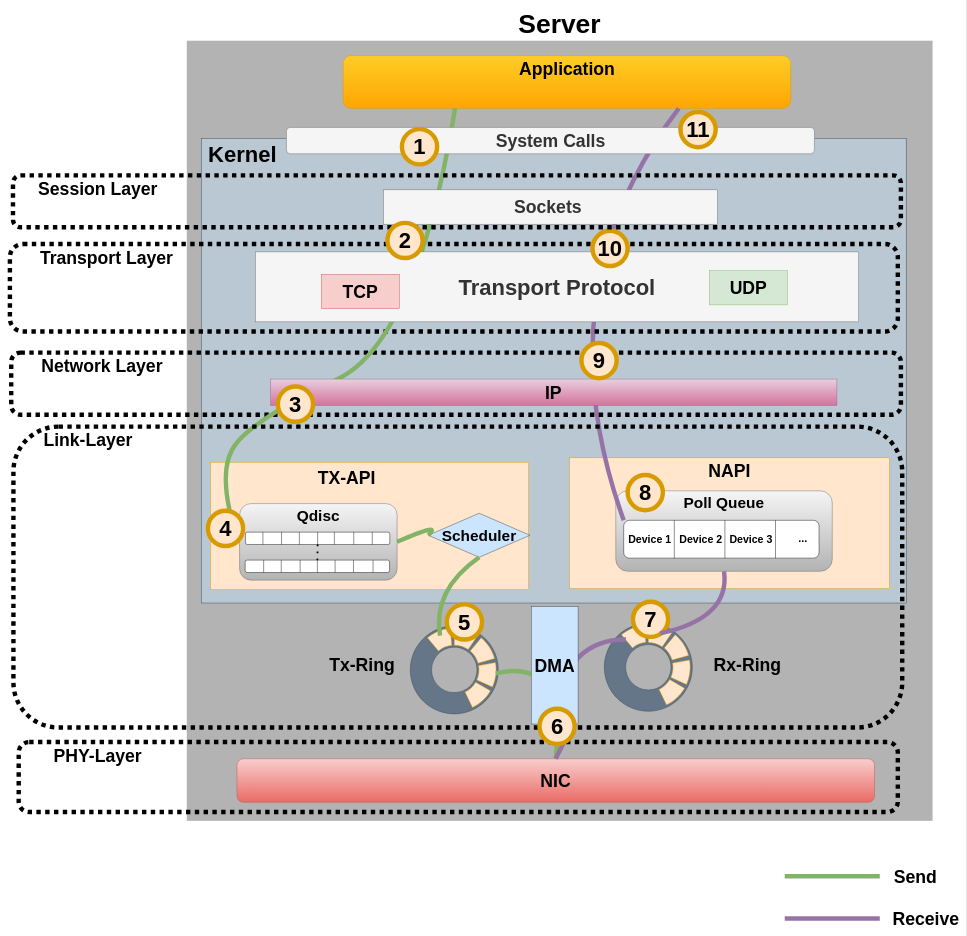
studhascja/Masterthesis keeps this draw.io diagram as thesis/drawio/network_stack.drawio. Above is the earlier version. Source tidied: cells renumbered, new cells numbered last; positions are measured from the earlier drawing's top-left corner, leaving out a move shared by most shapes. Both pictures are drawn from the tidied source at 44%, with x=0, y=0 at pixel (10, 40).
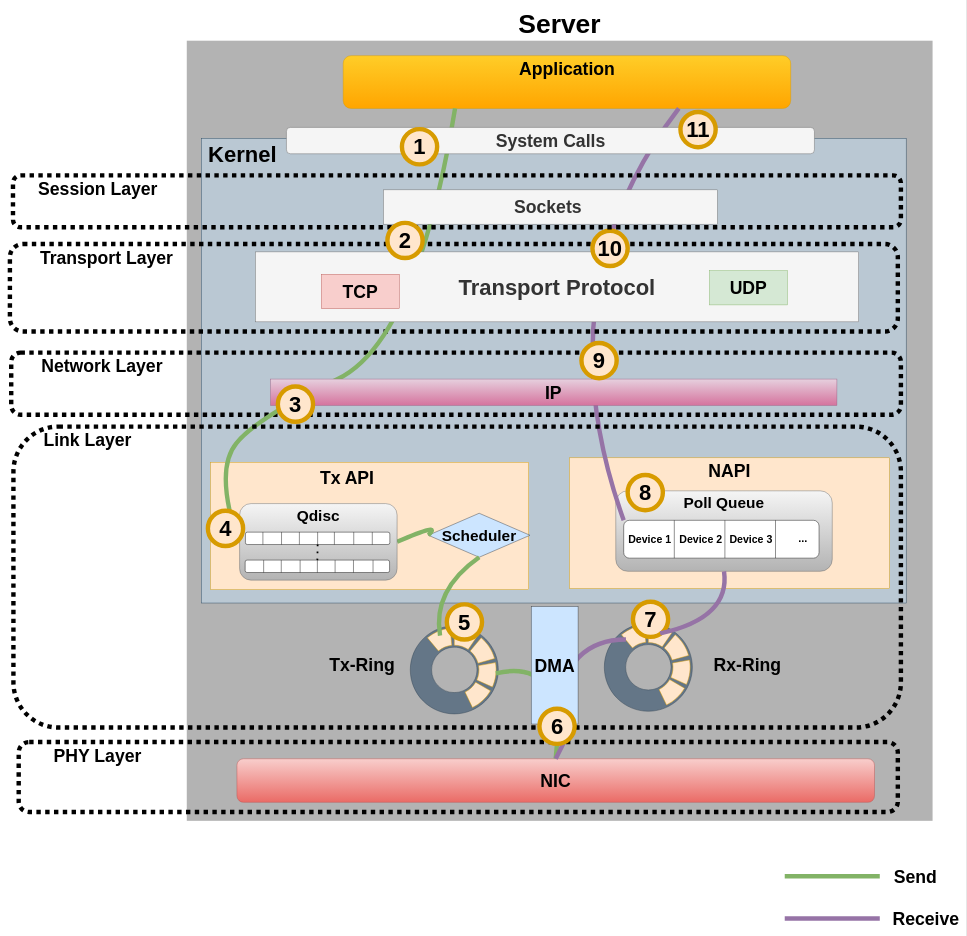
Above is the later version.

Change to the diagram source:
```diff
@@
-    <mxCell id="10" value="&lt;div&gt;&lt;b&gt;&lt;font&gt;TX-API&lt;/font&gt;&lt;/b&gt;&lt;/div&gt;" style="text;html=1;align=center;verticalAlign=middle;strokeColor=none;fillColor=none;fontSize=40;" parent="1" vertex="1">
-      <mxGeometry x="690" y="964" width="150" height="60" as="geometry" />
+    <mxCell id="10" value="&lt;div&gt;&lt;b&gt;&lt;font&gt;Tx API&lt;/font&gt;&lt;/b&gt;&lt;/div&gt;" style="text;html=1;align=center;verticalAlign=middle;strokeColor=none;fillColor=none;fontSize=40;" parent="1" vertex="1">
+      <mxGeometry x="695" y="964" width="141" height="60" as="geometry" />
     </mxCell>
@@
-    <mxCell id="65" value="&amp;nbsp; &amp;nbsp; &amp;nbsp; &amp;nbsp;PHY-Layer" style="rounded=1;whiteSpace=wrap;html=1;verticalAlign=top;fontSize=40;fontStyle=1;fillColor=none;strokeWidth=10;dashed=1;dashPattern=1 1;align=left;strokeColor=#000000;" parent="1" vertex="1">
+    <mxCell id="65" value="&amp;nbsp; &amp;nbsp; &amp;nbsp; &amp;nbsp;PHY Layer" style="rounded=1;whiteSpace=wrap;html=1;verticalAlign=top;fontSize=40;fontStyle=1;fillColor=none;strokeWidth=10;dashed=1;dashPattern=1 1;align=left;strokeColor=#000000;" parent="1" vertex="1">
       <mxGeometry x="20" y="1594" width="1998" height="159" as="geometry" />
     </mxCell>
@@
-    <mxCell id="82" value="&amp;nbsp; &amp;nbsp; &amp;nbsp; Link-Layer" style="rounded=1;whiteSpace=wrap;html=1;verticalAlign=top;fontSize=40;fontStyle=1;fillColor=none;strokeWidth=10;dashed=1;dashPattern=1 1;align=left;strokeColor=#000000;" parent="1" vertex="1">
-      <mxGeometry x="8" y="877" width="2020" height="684" as="geometry" />
+    <mxCell id="82" value="&amp;nbsp; &amp;nbsp; &amp;nbsp; Link Layer" style="rounded=1;whiteSpace=wrap;html=1;verticalAlign=top;fontSize=40;fontStyle=1;fillColor=none;strokeWidth=10;dashed=1;dashPattern=1 1;align=left;strokeColor=#000000;" parent="1" vertex="1">
+      <mxGeometry x="8" y="877" width="2017" height="684" as="geometry" />
     </mxCell>
```
